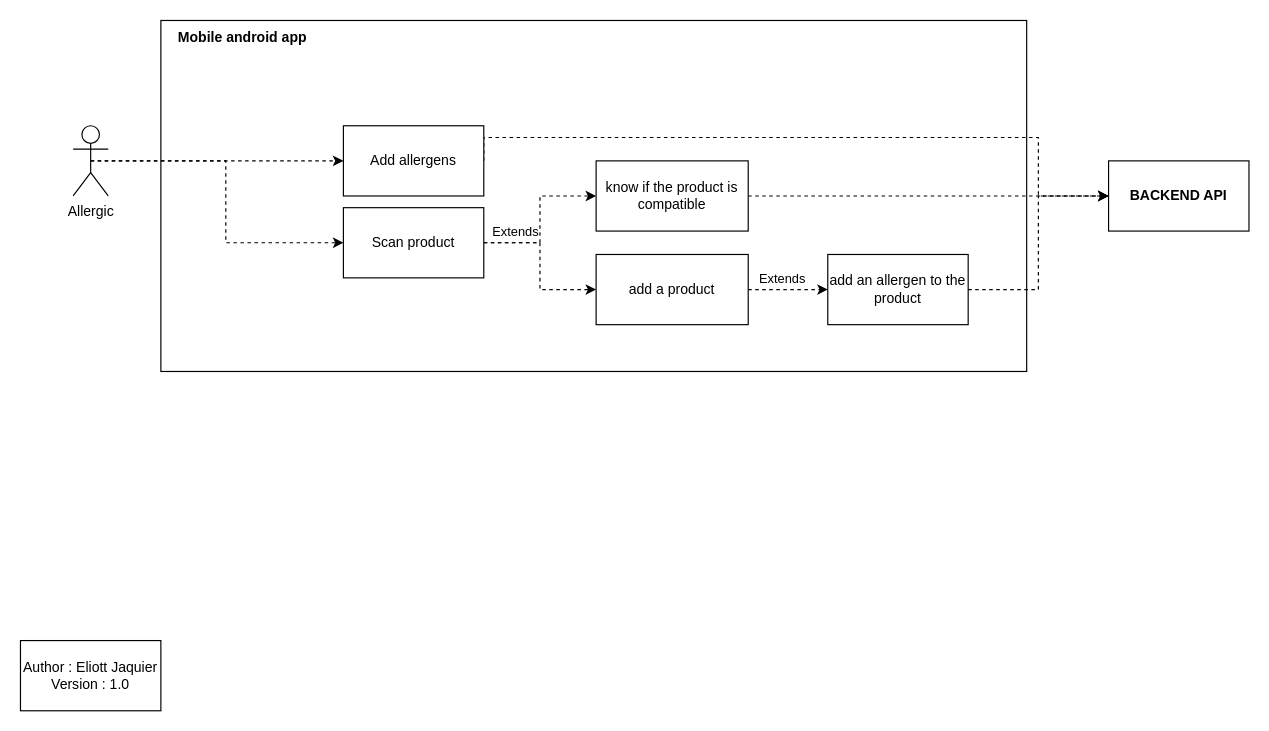
Above: Doc/usecase.drawio in EliottJaquierCPNV/Scannergic (draw.io), before the change. Source tidied: cells renumbered, new cells numbered last; positions are measured from the earlier drawing's top-left corner, leaving out a move shared by most shapes. Both pictures are drawn from the tidied source at 117%, with x=0, y=0 at pixel (20, 20).
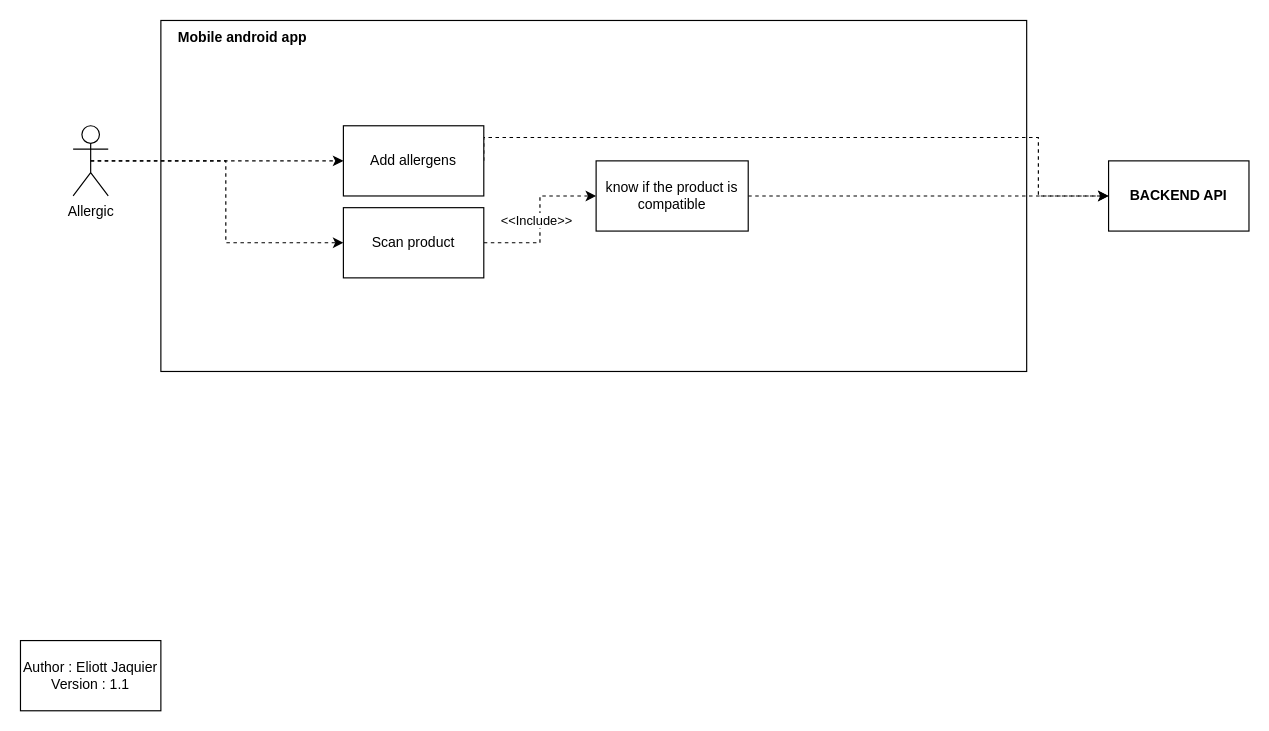
The same diagram, later.

The change refers to these unchanged cells:
```xml
<mxCell id="9" style="edgeStyle=orthogonalEdgeStyle;rounded=0;jettySize=auto;html=1;exitX=1;exitY=0.5;exitDx=0;exitDy=0;entryX=0;entryY=0.5;entryDx=0;entryDy=0;dashed=1;" parent="1" edge="1" source="12" target="14">
  <mxGeometry relative="1" as="geometry" />
</mxCell>
<mxCell id="12" value="Scan product" style="rounded=0;whiteSpace=wrap;html=1;" parent="1" vertex="1">
  <mxGeometry x="276" y="160" width="120" height="60" as="geometry" />
</mxCell>
<mxCell id="17" value="&lt;b&gt;BACKEND API&lt;/b&gt;" style="rounded=0;whiteSpace=wrap;html=1;" parent="1" vertex="1">
  <mxGeometry x="930" y="120" width="120" height="60" as="geometry" />
</mxCell>
```

What changed in the source:
```diff
@@
-    <mxCell id="3" value="Author : Eliott Jaquier&lt;br&gt;Version : 1.0" style="whiteSpace=wrap;html=1;" parent="1" vertex="1">
+    <mxCell id="3" value="Author : Eliott Jaquier&lt;br&gt;Version : 1.1" style="whiteSpace=wrap;html=1;" parent="1" vertex="1">
       <mxGeometry y="530" width="120" height="60" as="geometry" />
     </mxCell>
@@
-    <mxCell id="10" value="Extends" style="edgeLabel;html=1;align=center;verticalAlign=middle;" parent="9" vertex="1">
+    <mxCell id="10" value="&amp;lt;&amp;lt;Include&amp;gt;&amp;gt;" style="edgeLabel;html=1;align=center;verticalAlign=middle;" parent="9" vertex="1">
       <mxGeometry x="0.29" relative="1" as="geometry">
-        <mxPoint x="-22" y="30" as="offset" />
+        <mxPoint x="-4" y="20" as="offset" />
       </mxGeometry>
     </mxCell>
-    <mxCell id="11" style="edgeStyle=orthogonalEdgeStyle;rounded=0;jettySize=auto;html=1;exitX=1;exitY=0.5;exitDx=0;exitDy=0;entryX=0;entryY=0.5;entryDx=0;entryDy=0;dashed=1;" parent="1" edge="1" source="12" target="16">
-      <mxGeometry relative="1" as="geometry" />
-    </mxCell>
@@
-    <mxCell id="15" style="edgeStyle=orthogonalEdgeStyle;rounded=0;jettySize=auto;html=1;exitX=1;exitY=0.5;exitDx=0;exitDy=0;entryX=0;entryY=0.5;entryDx=0;entryDy=0;dashed=1;" parent="1" edge="1" source="16" target="20">
-      <mxGeometry relative="1" as="geometry" />
-    </mxCell>
-    <mxCell id="16" value="add a product" style="rounded=0;whiteSpace=wrap;html=1;" parent="1" vertex="1">
-      <mxGeometry x="492" y="200" width="130" height="60" as="geometry" />
-    </mxCell>
@@
-    <mxCell id="19" style="edgeStyle=orthogonalEdgeStyle;rounded=0;jettySize=auto;html=1;exitX=1;exitY=0.5;exitDx=0;exitDy=0;entryX=0;entryY=0.5;entryDx=0;entryDy=0;dashed=1;" parent="1" edge="1" source="20" target="17">
-      <mxGeometry relative="1" as="geometry" />
-    </mxCell>
-    <mxCell id="20" value="add an allergen to the product" style="rounded=0;whiteSpace=wrap;html=1;align=center;" parent="1" vertex="1">
-      <mxGeometry x="690" y="200" width="120" height="60" as="geometry" />
-    </mxCell>
-    <mxCell id="21" value="Extends" style="edgeLabel;html=1;align=center;verticalAlign=middle;" parent="1" vertex="1">
-      <mxGeometry x="650" y="220" as="geometry" />
-    </mxCell>
```
